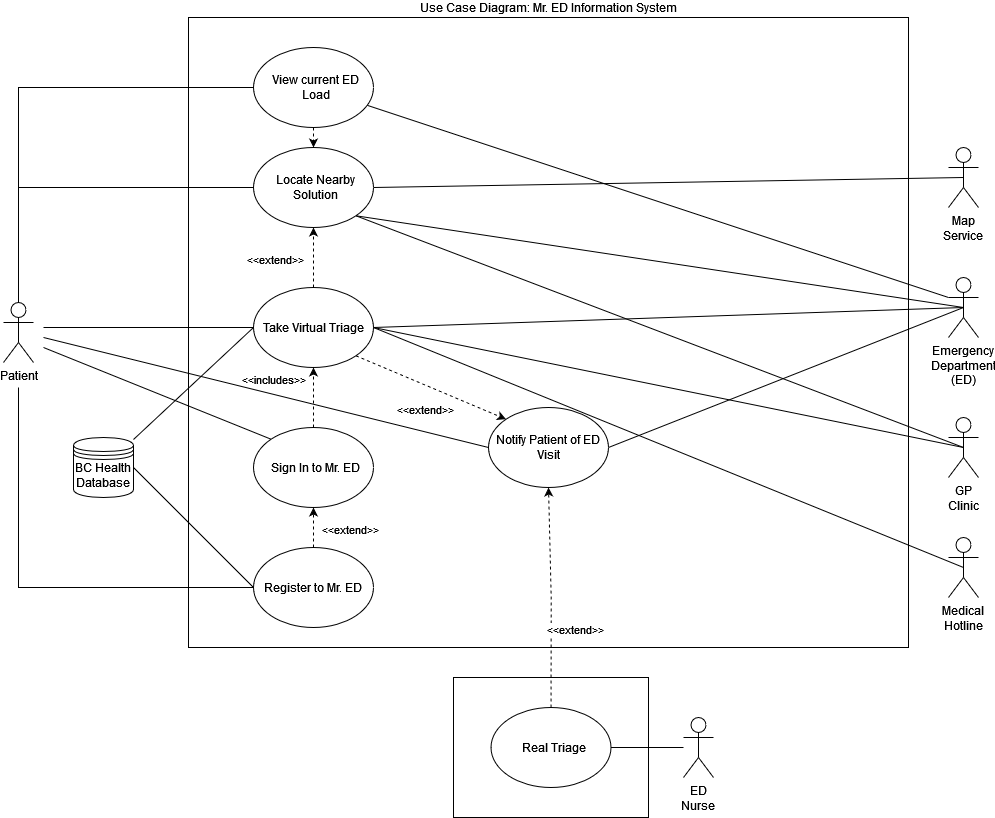
uvic-teach/project-m1-team9 keeps this draw.io diagram as Assets/UseCaseDiagram.drawio.png. Above is the earlier version. Source tidied: cells renumbered, new cells last; positions are measured from the earlier drawing's top-left corner, leaving out a move shared by most shapes.
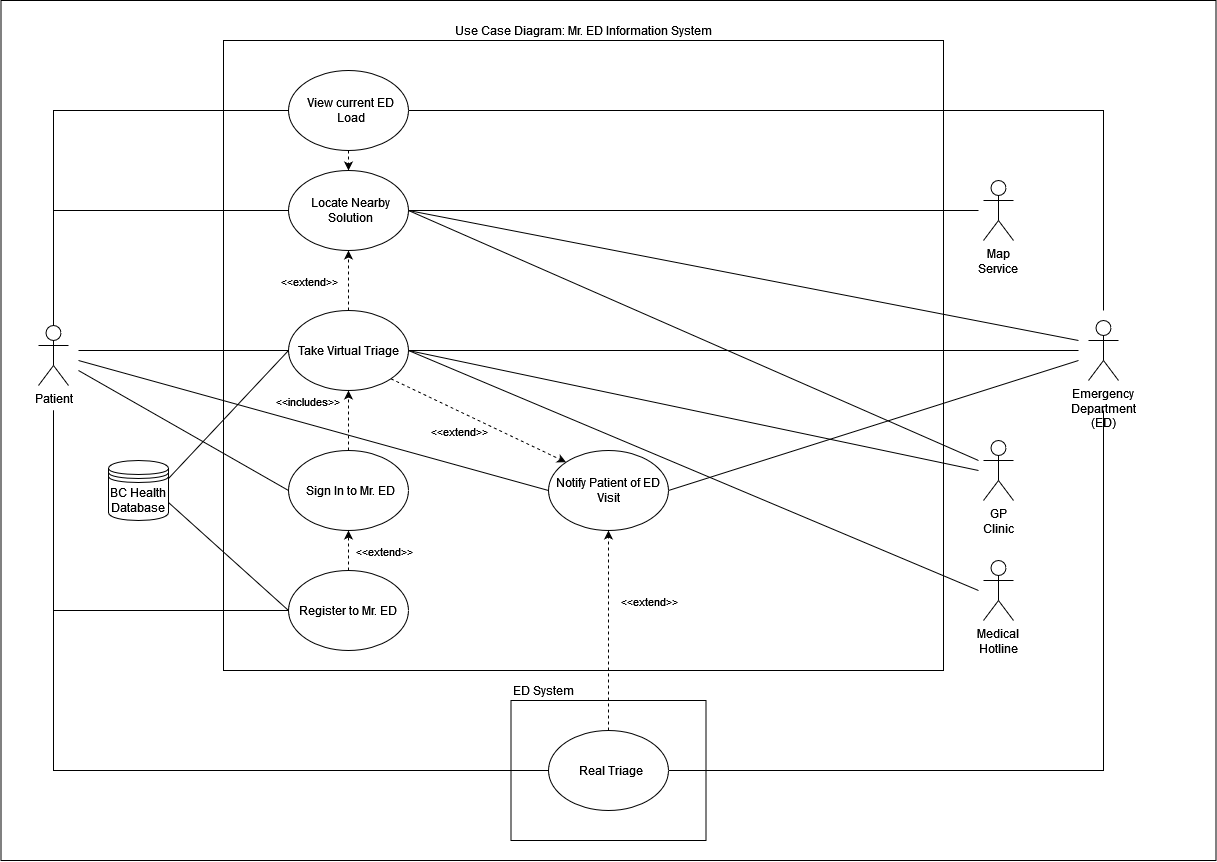
The same file after the commit.

What changed in the source:
```diff
@@ -2,6 +2,12 @@
   <root>
     <mxCell id="0" />
     <mxCell id="1" parent="0" />
+    <mxCell id="46" style="rounded=0;whiteSpace=wrap;html=1;labelPosition=center;verticalLabelPosition=top;align=center;verticalAlign=bottom;" parent="1" vertex="1">
+      <mxGeometry x="-37.5" y="-40" width="1215" height="860" as="geometry" />
+    </mxCell>
+    <mxCell id="39" value="ED System" style="rounded=0;whiteSpace=wrap;html=1;labelPosition=center;verticalLabelPosition=top;align=left;verticalAlign=bottom;" parent="1" vertex="1">
+      <mxGeometry x="472.5" y="660" width="195" height="140" as="geometry" />
+    </mxCell>
     <mxCell id="2" value="Use Case Diagram: Mr. ED Information System" style="rounded=0;whiteSpace=wrap;html=1;labelPosition=center;verticalLabelPosition=top;align=center;verticalAlign=bottom;" parent="1" vertex="1">
       <mxGeometry x="185" width="720" height="630" as="geometry" />
     </mxCell>
@@ -15,7 +21,7 @@
         <mxPoint x="40" y="310" as="sourcePoint" />
       </mxGeometry>
     </mxCell>
-    <mxCell id="5" style="rounded=0;jettySize=auto;html=1;entryX=0;entryY=0;entryDx=0;entryDy=0;endArrow=none;endFill=0;" parent="1" edge="1" target="36">
+    <mxCell id="5" style="rounded=0;jettySize=auto;html=1;endArrow=none;endFill=0;entryX=0;entryY=0.5;entryDx=0;entryDy=0;" parent="1" edge="1" target="36">
       <mxGeometry relative="1" as="geometry">
         <mxPoint x="40" y="330" as="sourcePoint" />
       </mxGeometry>
@@ -34,6 +40,14 @@
         </Array>
       </mxGeometry>
     </mxCell>
+    <mxCell id="47" style="edgeStyle=orthogonalEdgeStyle;rounded=0;jettySize=auto;html=1;entryX=0;entryY=0.5;entryDx=0;entryDy=0;endArrow=none;endFill=0;" parent="1" edge="1" target="41">
+      <mxGeometry relative="1" as="geometry">
+        <mxPoint x="15" y="370" as="sourcePoint" />
+        <Array as="points">
+          <mxPoint x="15" y="730" />
+        </Array>
+      </mxGeometry>
+    </mxCell>
     <mxCell id="8" value="Patient" style="shape=umlActor;verticalLabelPosition=bottom;verticalAlign=top;html=1;" parent="1" vertex="1">
       <mxGeometry y="285" width="30" height="60" as="geometry" />
     </mxCell>
@@ -56,7 +70,7 @@
       <mxGeometry x="250" y="30" width="120" height="80" as="geometry" />
     </mxCell>
     <mxCell id="15" value="Notify Patient of ED Visit" style="ellipse;whiteSpace=wrap;html=1;" parent="1" vertex="1">
-      <mxGeometry x="485" y="390" width="120" height="80" as="geometry" />
+      <mxGeometry x="510" y="410" width="120" height="80" as="geometry" />
     </mxCell>
     <mxCell id="16" style="endArrow=none;html=1;rounded=0;entryX=0;entryY=0.5;entryDx=0;entryDy=0;endFill=0;edgeStyle=orthogonalEdgeStyle;" parent="1" edge="1" target="9">
       <mxGeometry relative="1" as="geometry">
@@ -66,38 +80,59 @@
         </Array>
       </mxGeometry>
     </mxCell>
-    <mxCell id="17" style="rounded=0;jettySize=auto;html=1;entryX=1;entryY=0.5;entryDx=0;entryDy=0;endArrow=none;endFill=0;exitX=0.5;exitY=0.5;exitDx=0;exitDy=0;exitPerimeter=0;" parent="1" edge="1" source="18" target="15">
-      <mxGeometry relative="1" as="geometry" />
+    <mxCell id="17" style="rounded=0;jettySize=auto;html=1;entryX=1;entryY=0.5;entryDx=0;entryDy=0;endArrow=none;endFill=0;" parent="1" edge="1" target="15">
+      <mxGeometry relative="1" as="geometry">
+        <mxPoint x="1040" y="320" as="sourcePoint" />
+      </mxGeometry>
     </mxCell>
+    <mxCell id="48" style="edgeStyle=orthogonalEdgeStyle;rounded=0;jettySize=auto;html=1;entryX=1;entryY=0.5;entryDx=0;entryDy=0;endArrow=none;endFill=0;" parent="1" edge="1" target="41">
+      <mxGeometry relative="1" as="geometry">
+        <mxPoint x="1065" y="370" as="sourcePoint" />
+        <Array as="points">
+          <mxPoint x="1065" y="730" />
+        </Array>
+      </mxGeometry>
+    </mxCell>
     <mxCell id="18" value="Emergency Department (ED)" style="shape=umlActor;verticalLabelPosition=bottom;verticalAlign=top;html=1;whiteSpace=wrap;" parent="1" vertex="1">
-      <mxGeometry x="945" y="260" width="30" height="60" as="geometry" />
+      <mxGeometry x="1050" y="280" width="30" height="60" as="geometry" />
     </mxCell>
-    <mxCell id="19" style="endArrow=none;endFill=0;endSize=6;html=1;rounded=0;entryX=1;entryY=0.5;entryDx=0;entryDy=0;exitX=0.5;exitY=0.5;exitDx=0;exitDy=0;exitPerimeter=0;" parent="1" edge="1" source="18" target="12">
-      <mxGeometry relative="1" as="geometry" />
+    <mxCell id="19" style="endArrow=none;endFill=0;endSize=6;html=1;rounded=0;entryX=1;entryY=0.5;entryDx=0;entryDy=0;" parent="1" edge="1" target="12">
+      <mxGeometry relative="1" as="geometry">
+        <mxPoint x="1040" y="310" as="sourcePoint" />
+      </mxGeometry>
     </mxCell>
-    <mxCell id="20" style="rounded=0;jettySize=auto;html=1;entryX=0;entryY=0.5;entryDx=0;entryDy=0;endArrow=none;endFill=0;exitX=1;exitY=0.5;exitDx=0;exitDy=0;" parent="1" edge="1" source="22" target="9">
+    <mxCell id="20" style="rounded=0;jettySize=auto;html=1;entryX=0;entryY=0.5;entryDx=0;entryDy=0;endArrow=none;endFill=0;exitX=1;exitY=0.7;exitDx=0;exitDy=0;" parent="1" edge="1" source="22" target="9">
       <mxGeometry relative="1" as="geometry" />
     </mxCell>
-    <mxCell id="21" style="rounded=0;jettySize=auto;html=1;entryX=0;entryY=0.5;entryDx=0;entryDy=0;endArrow=none;endFill=0;" parent="1" edge="1" source="22" target="12">
+    <mxCell id="21" style="rounded=0;jettySize=auto;html=1;entryX=0;entryY=0.5;entryDx=0;entryDy=0;endArrow=none;endFill=0;exitX=1;exitY=0.3;exitDx=0;exitDy=0;" parent="1" edge="1" source="22" target="12">
       <mxGeometry relative="1" as="geometry" />
     </mxCell>
     <mxCell id="22" value="BC Health Database" style="shape=datastore;whiteSpace=wrap;html=1;" parent="1" vertex="1">
       <mxGeometry x="70" y="420" width="60" height="60" as="geometry" />
     </mxCell>
-    <mxCell id="23" style="rounded=0;jettySize=auto;html=1;entryX=1;entryY=0.5;entryDx=0;entryDy=0;endArrow=none;endFill=0;exitX=0.5;exitY=0.5;exitDx=0;exitDy=0;exitPerimeter=0;" parent="1" edge="1" source="24" target="12">
-      <mxGeometry relative="1" as="geometry" />
+    <mxCell id="23" style="rounded=0;jettySize=auto;html=1;entryX=1;entryY=0.5;entryDx=0;entryDy=0;endArrow=none;endFill=0;" parent="1" edge="1" target="12">
+      <mxGeometry relative="1" as="geometry">
+        <mxPoint x="940" y="550" as="sourcePoint" />
+      </mxGeometry>
     </mxCell>
     <mxCell id="24" value="Medical Hotline" style="shape=umlActor;verticalLabelPosition=bottom;verticalAlign=top;html=1;whiteSpace=wrap;" parent="1" vertex="1">
       <mxGeometry x="945" y="520" width="30" height="60" as="geometry" />
     </mxCell>
-    <mxCell id="25" style="rounded=0;jettySize=auto;html=1;entryX=1;entryY=0.5;entryDx=0;entryDy=0;endArrow=none;endFill=0;exitX=0.5;exitY=0.5;exitDx=0;exitDy=0;exitPerimeter=0;" parent="1" edge="1" source="26" target="12">
-      <mxGeometry relative="1" as="geometry" />
+    <mxCell id="25" style="rounded=0;jettySize=auto;html=1;entryX=1;entryY=0.5;entryDx=0;entryDy=0;endArrow=none;endFill=0;" parent="1" edge="1" target="12">
+      <mxGeometry relative="1" as="geometry">
+        <mxPoint x="940" y="430" as="sourcePoint" />
+      </mxGeometry>
     </mxCell>
     <mxCell id="26" value="GP Clinic" style="shape=umlActor;verticalLabelPosition=bottom;verticalAlign=top;html=1;whiteSpace=wrap;" parent="1" vertex="1">
       <mxGeometry x="945" y="400" width="30" height="60" as="geometry" />
     </mxCell>
-    <mxCell id="27" style="rounded=0;jettySize=auto;html=1;entryX=0;entryY=0.3333333333333333;entryDx=0;entryDy=0;entryPerimeter=0;endArrow=none;endFill=0;" parent="1" edge="1" source="14" target="18">
-      <mxGeometry relative="1" as="geometry" />
+    <mxCell id="27" style="rounded=0;jettySize=auto;html=1;endArrow=none;endFill=0;edgeStyle=orthogonalEdgeStyle;" parent="1" edge="1" source="14">
+      <mxGeometry relative="1" as="geometry">
+        <mxPoint x="1065" y="270" as="targetPoint" />
+        <Array as="points">
+          <mxPoint x="1065" y="70" />
+        </Array>
+      </mxGeometry>
     </mxCell>
     <mxCell id="28" value="&amp;lt;&amp;lt;extend&amp;gt;&amp;gt;" style="edgeLabel;html=1;align=center;verticalAlign=middle;" parent="1" vertex="1">
       <mxGeometry x="345" y="510" as="geometry" />
@@ -108,17 +143,23 @@
     <mxCell id="30" value="Locate Nearby Solution" style="ellipse;whiteSpace=wrap;html=1;spacingLeft=5;" parent="1" vertex="1">
       <mxGeometry x="250" y="130" width="120" height="80" as="geometry" />
     </mxCell>
-    <mxCell id="31" style="rounded=0;jettySize=auto;html=1;entryX=1;entryY=0.5;entryDx=0;entryDy=0;endArrow=none;endFill=0;exitX=0.5;exitY=0.5;exitDx=0;exitDy=0;exitPerimeter=0;" parent="1" edge="1" source="32" target="30">
-      <mxGeometry relative="1" as="geometry" />
+    <mxCell id="31" style="rounded=0;jettySize=auto;html=1;entryX=1;entryY=0.5;entryDx=0;entryDy=0;endArrow=none;endFill=0;" parent="1" edge="1" target="30">
+      <mxGeometry relative="1" as="geometry">
+        <mxPoint x="940" y="170" as="sourcePoint" />
+      </mxGeometry>
     </mxCell>
     <mxCell id="32" value="Map Service" style="shape=umlActor;verticalLabelPosition=bottom;verticalAlign=top;html=1;whiteSpace=wrap;" parent="1" vertex="1">
-      <mxGeometry x="945" y="130" width="30" height="60" as="geometry" />
+      <mxGeometry x="945" y="140" width="30" height="60" as="geometry" />
     </mxCell>
-    <mxCell id="33" style="rounded=0;jettySize=auto;html=1;entryX=0.5;entryY=0.5;entryDx=0;entryDy=0;entryPerimeter=0;endArrow=none;endFill=0;exitX=1;exitY=1;exitDx=0;exitDy=0;" parent="1" edge="1" source="30" target="26">
-      <mxGeometry relative="1" as="geometry" />
+    <mxCell id="33" style="rounded=0;jettySize=auto;html=1;endArrow=none;endFill=0;exitX=1;exitY=0.5;exitDx=0;exitDy=0;" parent="1" edge="1" source="30">
+      <mxGeometry relative="1" as="geometry">
+        <mxPoint x="940" y="420" as="targetPoint" />
+      </mxGeometry>
     </mxCell>
-    <mxCell id="34" style="rounded=0;jettySize=auto;html=1;entryX=0.5;entryY=0.5;entryDx=0;entryDy=0;entryPerimeter=0;endArrow=none;endFill=0;exitX=1;exitY=1;exitDx=0;exitDy=0;" parent="1" edge="1" source="30" target="18">
-      <mxGeometry relative="1" as="geometry" />
+    <mxCell id="34" style="rounded=0;jettySize=auto;html=1;endArrow=none;endFill=0;exitX=1;exitY=0.5;exitDx=0;exitDy=0;" parent="1" edge="1" source="30">
+      <mxGeometry relative="1" as="geometry">
+        <mxPoint x="1040" y="300" as="targetPoint" />
+      </mxGeometry>
     </mxCell>
     <mxCell id="35" style="rounded=0;jettySize=auto;html=1;entryX=0.5;entryY=1;entryDx=0;entryDy=0;dashed=1;" parent="1" edge="1" source="36" target="12">
       <mxGeometry relative="1" as="geometry" />
@@ -134,23 +175,19 @@
     <mxCell id="38" style="rounded=0;jettySize=auto;html=1;entryX=0.5;entryY=1;entryDx=0;entryDy=0;dashed=1;" parent="1" edge="1" source="9" target="36">
       <mxGeometry relative="1" as="geometry" />
     </mxCell>
-    <mxCell id="39" style="rounded=0;whiteSpace=wrap;html=1;" parent="1" vertex="1">
-      <mxGeometry x="450" y="660" width="195" height="140" as="geometry" />
-    </mxCell>
     <mxCell id="40" style="edgeStyle=orthogonalEdgeStyle;rounded=0;jettySize=auto;html=1;dashed=1;" parent="1" edge="1" source="41" target="15">
-      <mxGeometry relative="1" as="geometry" />
+      <mxGeometry relative="1" as="geometry">
+        <Array as="points">
+          <mxPoint x="570" y="640" />
+          <mxPoint x="570" y="640" />
+        </Array>
+      </mxGeometry>
     </mxCell>
     <mxCell id="41" value="Real Triage" style="ellipse;whiteSpace=wrap;html=1;spacingLeft=5;" parent="1" vertex="1">
-      <mxGeometry x="487.5" y="690" width="120" height="80" as="geometry" />
+      <mxGeometry x="510" y="690" width="120" height="80" as="geometry" />
     </mxCell>
-    <mxCell id="42" style="edgeStyle=orthogonalEdgeStyle;rounded=0;jettySize=auto;html=1;endArrow=none;endFill=0;" parent="1" edge="1" source="43" target="41">
-      <mxGeometry relative="1" as="geometry" />
-    </mxCell>
-    <mxCell id="43" value="ED Nurse" style="shape=umlActor;verticalLabelPosition=bottom;verticalAlign=top;html=1;whiteSpace=wrap;" parent="1" vertex="1">
-      <mxGeometry x="680" y="700" width="30" height="60" as="geometry" />
-    </mxCell>
     <mxCell id="44" value="&amp;lt;&amp;lt;extend&amp;gt;&amp;gt;" style="edgeLabel;html=1;align=center;verticalAlign=middle;" parent="1" vertex="1">
-      <mxGeometry x="570" y="610" as="geometry" />
+      <mxGeometry x="610" y="560" as="geometry" />
     </mxCell>
     <mxCell id="45" value="&amp;lt;&amp;lt;extend&amp;gt;&amp;gt;" style="edgeLabel;html=1;align=center;verticalAlign=middle;" parent="1" vertex="1">
       <mxGeometry x="420" y="390" as="geometry" />
```
